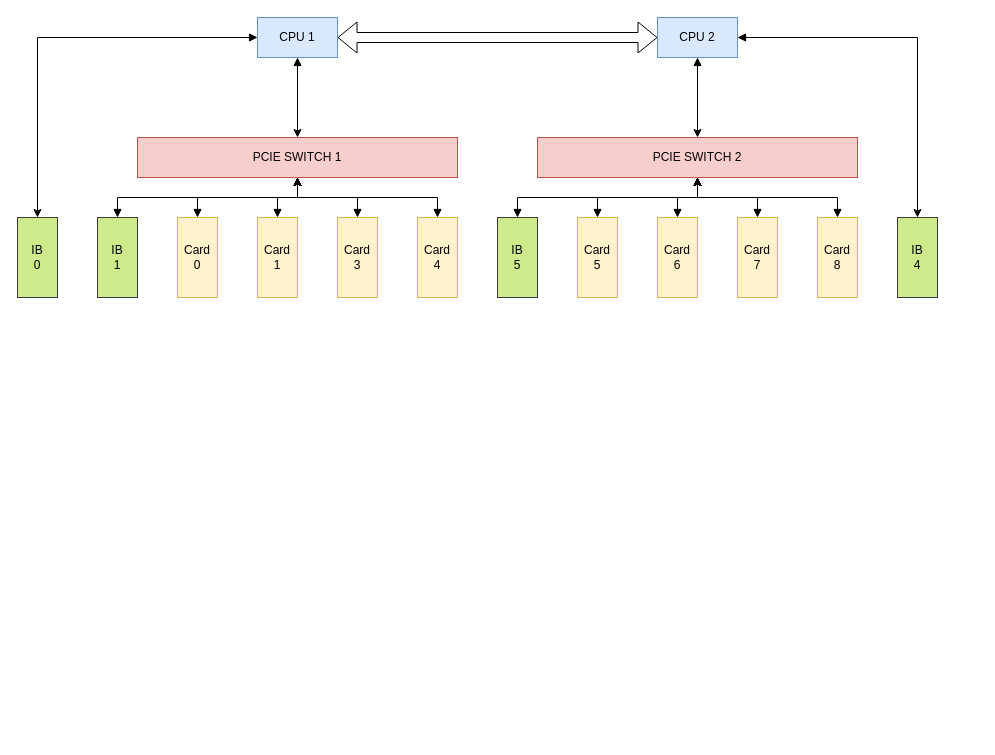
Earlier version of the draw.io diagram TCCL_DISPATCH_ALG/LLM_Distribution_Alg.drawio (BEYHHH/SBLP). Source tidied: cells renumbered, new cells numbered last; positions are measured from the earlier drawing's top-left corner, leaving out a move shared by most shapes. Both pictures are drawn from the tidied source at 100%, with x=0, y=0 at pixel (17, 17).
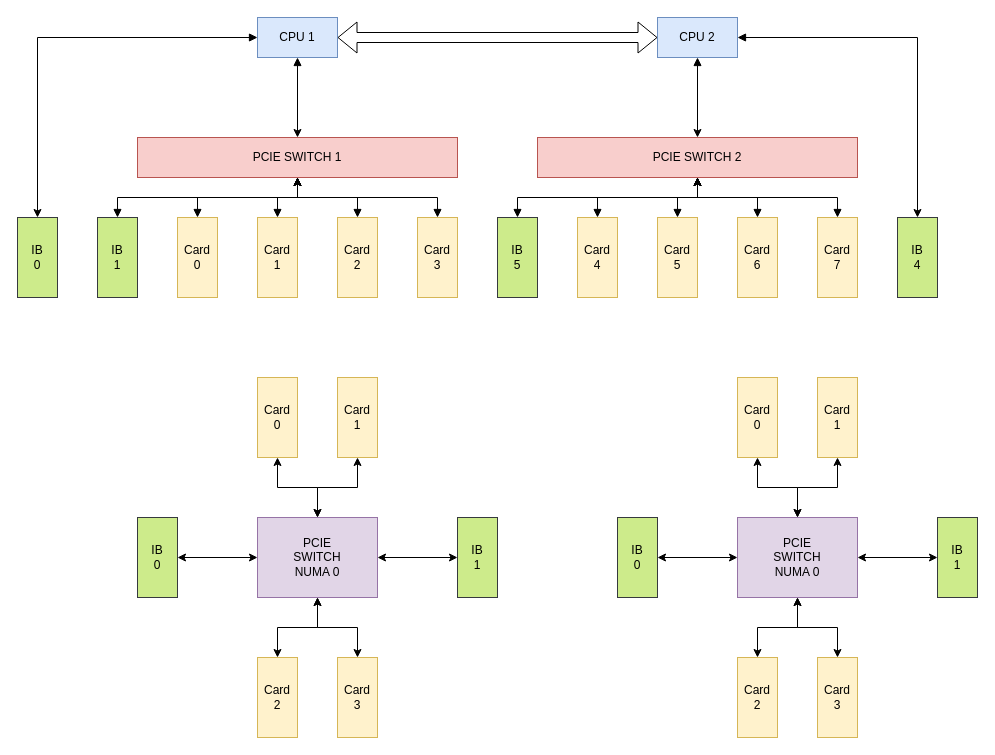
After the change.

Diff of the diagram source:
```diff
@@
-    <mxCell id="14" value="Card&lt;br style=&quot;border-color: var(--border-color);&quot;&gt;3" style="rounded=0;whiteSpace=wrap;html=1;fillColor=#fff2cc;strokeColor=#d6b656;" parent="1" vertex="1">
+    <mxCell id="14" value="Card&lt;br style=&quot;border-color: var(--border-color);&quot;&gt;2" style="rounded=0;whiteSpace=wrap;html=1;fillColor=#fff2cc;strokeColor=#d6b656;" parent="1" vertex="1">
       <mxGeometry x="320" y="200" width="40" height="80" as="geometry" />
     </mxCell>
@@
-    <mxCell id="16" value="Card&lt;br style=&quot;border-color: var(--border-color);&quot;&gt;4" style="rounded=0;whiteSpace=wrap;html=1;fillColor=#fff2cc;strokeColor=#d6b656;" parent="1" vertex="1">
+    <mxCell id="16" value="Card&lt;br style=&quot;border-color: var(--border-color);&quot;&gt;3" style="rounded=0;whiteSpace=wrap;html=1;fillColor=#fff2cc;strokeColor=#d6b656;" parent="1" vertex="1">
       <mxGeometry x="400" y="200" width="40" height="80" as="geometry" />
     </mxCell>
@@
-    <mxCell id="20" value="Card&lt;br style=&quot;border-color: var(--border-color);&quot;&gt;5" style="rounded=0;whiteSpace=wrap;html=1;fillColor=#fff2cc;strokeColor=#d6b656;" parent="1" vertex="1">
+    <mxCell id="20" value="Card&lt;br style=&quot;border-color: var(--border-color);&quot;&gt;4" style="rounded=0;whiteSpace=wrap;html=1;fillColor=#fff2cc;strokeColor=#d6b656;" parent="1" vertex="1">
       <mxGeometry x="560" y="200" width="40" height="80" as="geometry" />
     </mxCell>
@@
-    <mxCell id="22" value="Card&lt;br style=&quot;border-color: var(--border-color);&quot;&gt;6" style="rounded=0;whiteSpace=wrap;html=1;fillColor=#fff2cc;strokeColor=#d6b656;" parent="1" vertex="1">
+    <mxCell id="22" value="Card&lt;br style=&quot;border-color: var(--border-color);&quot;&gt;5" style="rounded=0;whiteSpace=wrap;html=1;fillColor=#fff2cc;strokeColor=#d6b656;" parent="1" vertex="1">
       <mxGeometry x="640" y="200" width="40" height="80" as="geometry" />
     </mxCell>
@@
-    <mxCell id="24" value="Card&lt;br style=&quot;border-color: var(--border-color);&quot;&gt;7" style="rounded=0;whiteSpace=wrap;html=1;fillColor=#fff2cc;strokeColor=#d6b656;" parent="1" vertex="1">
+    <mxCell id="24" value="Card&lt;br style=&quot;border-color: var(--border-color);&quot;&gt;6" style="rounded=0;whiteSpace=wrap;html=1;fillColor=#fff2cc;strokeColor=#d6b656;" parent="1" vertex="1">
       <mxGeometry x="720" y="200" width="40" height="80" as="geometry" />
     </mxCell>
@@
-    <mxCell id="26" value="Card&lt;br style=&quot;border-color: var(--border-color);&quot;&gt;8" style="rounded=0;whiteSpace=wrap;html=1;fillColor=#fff2cc;strokeColor=#d6b656;" parent="1" vertex="1">
+    <mxCell id="26" value="Card&lt;br style=&quot;border-color: var(--border-color);&quot;&gt;7" style="rounded=0;whiteSpace=wrap;html=1;fillColor=#fff2cc;strokeColor=#d6b656;" parent="1" vertex="1">
       <mxGeometry x="800" y="200" width="40" height="80" as="geometry" />
     </mxCell>
@@
+    <mxCell id="33" style="edgeStyle=orthogonalEdgeStyle;rounded=0;jettySize=auto;html=1;startArrow=classic;startFill=1;" parent="1" edge="1" source="34" target="45">
+      <mxGeometry relative="1" as="geometry" />
+    </mxCell>
+    <mxCell id="34" value="Card&lt;br&gt;0" style="rounded=0;whiteSpace=wrap;html=1;fillColor=#fff2cc;strokeColor=#d6b656;" parent="1" vertex="1">
+      <mxGeometry x="240" y="360" width="40" height="80" as="geometry" />
+    </mxCell>
+    <mxCell id="35" style="edgeStyle=orthogonalEdgeStyle;rounded=0;jettySize=auto;html=1;startArrow=classic;startFill=1;" parent="1" edge="1" source="36" target="45">
+      <mxGeometry relative="1" as="geometry" />
+    </mxCell>
+    <mxCell id="36" value="Card&lt;br style=&quot;border-color: var(--border-color);&quot;&gt;1" style="rounded=0;whiteSpace=wrap;html=1;fillColor=#fff2cc;strokeColor=#d6b656;" parent="1" vertex="1">
+      <mxGeometry x="320" y="360" width="40" height="80" as="geometry" />
+    </mxCell>
+    <mxCell id="37" style="edgeStyle=orthogonalEdgeStyle;rounded=0;jettySize=auto;html=1;startArrow=classic;startFill=1;" parent="1" edge="1" source="38" target="45">
+      <mxGeometry relative="1" as="geometry" />
+    </mxCell>
+    <mxCell id="38" value="Card&lt;br style=&quot;border-color: var(--border-color);&quot;&gt;2" style="rounded=0;whiteSpace=wrap;html=1;fillColor=#fff2cc;strokeColor=#d6b656;" parent="1" vertex="1">
+      <mxGeometry x="240" y="640" width="40" height="80" as="geometry" />
+    </mxCell>
+    <mxCell id="39" style="edgeStyle=orthogonalEdgeStyle;rounded=0;jettySize=auto;html=1;startArrow=classic;startFill=1;" parent="1" edge="1" source="40" target="45">
+      <mxGeometry relative="1" as="geometry" />
+    </mxCell>
+    <mxCell id="40" value="Card&lt;br style=&quot;border-color: var(--border-color);&quot;&gt;3" style="rounded=0;whiteSpace=wrap;html=1;fillColor=#fff2cc;strokeColor=#d6b656;" parent="1" vertex="1">
+      <mxGeometry x="320" y="640" width="40" height="80" as="geometry" />
+    </mxCell>
+    <mxCell id="41" style="edgeStyle=orthogonalEdgeStyle;rounded=0;jettySize=auto;html=1;startArrow=classic;startFill=1;" parent="1" edge="1" source="42" target="45">
+      <mxGeometry relative="1" as="geometry" />
+    </mxCell>
+    <mxCell id="42" value="IB&lt;br&gt;1" style="rounded=0;whiteSpace=wrap;html=1;fillColor=#cdeb8b;strokeColor=#36393d;" parent="1" vertex="1">
+      <mxGeometry x="440" y="500" width="40" height="80" as="geometry" />
+    </mxCell>
+    <mxCell id="43" style="edgeStyle=orthogonalEdgeStyle;rounded=0;jettySize=auto;html=1;startArrow=classic;startFill=1;" parent="1" edge="1" source="44" target="45">
+      <mxGeometry relative="1" as="geometry" />
+    </mxCell>
+    <mxCell id="44" value="IB&lt;br&gt;0" style="rounded=0;whiteSpace=wrap;html=1;fillColor=#cdeb8b;strokeColor=#36393d;" parent="1" vertex="1">
+      <mxGeometry x="120" y="500" width="40" height="80" as="geometry" />
+    </mxCell>
+    <mxCell id="45" value="PCIE&lt;div&gt;SWITCH&lt;/div&gt;&lt;div&gt;NUMA 0&lt;/div&gt;" style="rounded=0;whiteSpace=wrap;html=1;fillColor=#e1d5e7;strokeColor=#9673a6;" parent="1" vertex="1">
+      <mxGeometry x="240" y="500" width="120" height="80" as="geometry" />
+    </mxCell>
+    <mxCell id="46" style="edgeStyle=orthogonalEdgeStyle;rounded=0;jettySize=auto;html=1;startArrow=classic;startFill=1;" parent="1" edge="1" source="47" target="58">
+      <mxGeometry relative="1" as="geometry" />
+    </mxCell>
+    <mxCell id="47" value="Card&lt;br&gt;0" style="rounded=0;whiteSpace=wrap;html=1;fillColor=#fff2cc;strokeColor=#d6b656;" parent="1" vertex="1">
+      <mxGeometry x="720" y="360" width="40" height="80" as="geometry" />
+    </mxCell>
+    <mxCell id="48" style="edgeStyle=orthogonalEdgeStyle;rounded=0;jettySize=auto;html=1;startArrow=classic;startFill=1;" parent="1" edge="1" source="49" target="58">
+      <mxGeometry relative="1" as="geometry" />
+    </mxCell>
+    <mxCell id="49" value="Card&lt;br style=&quot;border-color: var(--border-color);&quot;&gt;1" style="rounded=0;whiteSpace=wrap;html=1;fillColor=#fff2cc;strokeColor=#d6b656;" parent="1" vertex="1">
+      <mxGeometry x="800" y="360" width="40" height="80" as="geometry" />
+    </mxCell>
+    <mxCell id="50" style="edgeStyle=orthogonalEdgeStyle;rounded=0;jettySize=auto;html=1;startArrow=classic;startFill=1;" parent="1" edge="1" source="51" target="58">
+      <mxGeometry relative="1" as="geometry" />
+    </mxCell>
+    <mxCell id="51" value="Card&lt;br style=&quot;border-color: var(--border-color);&quot;&gt;2" style="rounded=0;whiteSpace=wrap;html=1;fillColor=#fff2cc;strokeColor=#d6b656;" parent="1" vertex="1">
+      <mxGeometry x="720" y="640" width="40" height="80" as="geometry" />
+    </mxCell>
+    <mxCell id="52" style="edgeStyle=orthogonalEdgeStyle;rounded=0;jettySize=auto;html=1;startArrow=classic;startFill=1;" parent="1" edge="1" source="53" target="58">
+      <mxGeometry relative="1" as="geometry" />
+    </mxCell>
+    <mxCell id="53" value="Card&lt;br style=&quot;border-color: var(--border-color);&quot;&gt;3" style="rounded=0;whiteSpace=wrap;html=1;fillColor=#fff2cc;strokeColor=#d6b656;" parent="1" vertex="1">
+      <mxGeometry x="800" y="640" width="40" height="80" as="geometry" />
+    </mxCell>
+    <mxCell id="54" style="edgeStyle=orthogonalEdgeStyle;rounded=0;jettySize=auto;html=1;startArrow=classic;startFill=1;" parent="1" edge="1" source="55" target="58">
+      <mxGeometry relative="1" as="geometry" />
+    </mxCell>
+    <mxCell id="55" value="IB&lt;br&gt;1" style="rounded=0;whiteSpace=wrap;html=1;fillColor=#cdeb8b;strokeColor=#36393d;" parent="1" vertex="1">
+      <mxGeometry x="920" y="500" width="40" height="80" as="geometry" />
+    </mxCell>
+    <mxCell id="56" style="edgeStyle=orthogonalEdgeStyle;rounded=0;jettySize=auto;html=1;startArrow=classic;startFill=1;" parent="1" edge="1" source="57" target="58">
+      <mxGeometry relative="1" as="geometry" />
+    </mxCell>
+    <mxCell id="57" value="IB&lt;br&gt;0" style="rounded=0;whiteSpace=wrap;html=1;fillColor=#cdeb8b;strokeColor=#36393d;" parent="1" vertex="1">
+      <mxGeometry x="600" y="500" width="40" height="80" as="geometry" />
+    </mxCell>
+    <mxCell id="58" value="PCIE&lt;div&gt;SWITCH&lt;/div&gt;&lt;div&gt;NUMA 0&lt;/div&gt;" style="rounded=0;whiteSpace=wrap;html=1;fillColor=#e1d5e7;strokeColor=#9673a6;" parent="1" vertex="1">
+      <mxGeometry x="720" y="500" width="120" height="80" as="geometry" />
+    </mxCell>
```
